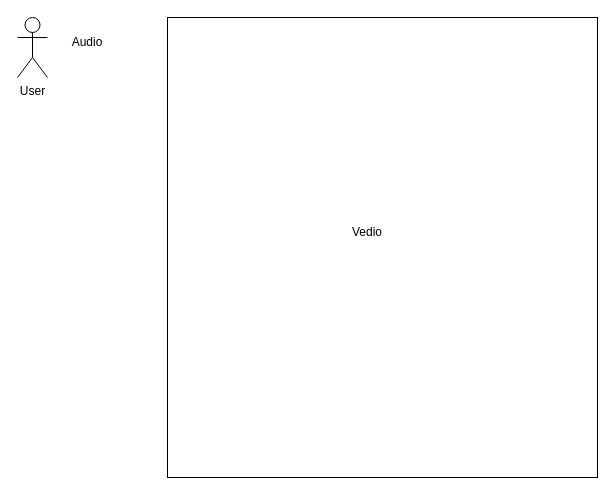
Earlier version of the draw.io diagram Untitled Diagram.drawio (ahmad2001hotmailyahoo/ahmad-arc). Source tidied: cells renumbered, new cells numbered last; positions are measured from the earlier drawing's top-left corner, leaving out a move shared by most shapes. Both pictures are drawn from the tidied source at 100%, with x=0, y=0 at pixel (17, 17).
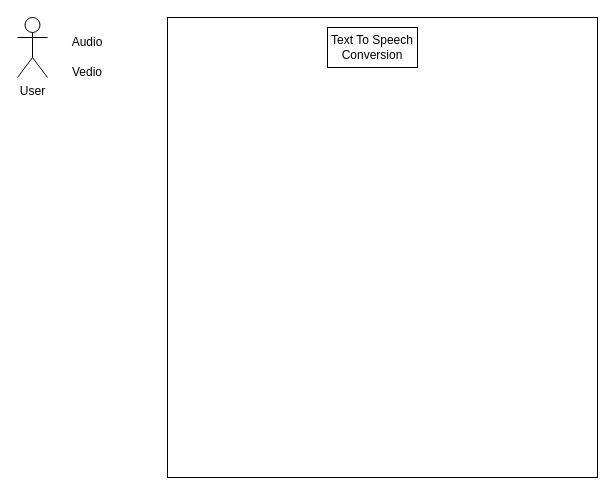
The same page after the edit.

The edit, as a diff of the source:
```diff
@@
 <mxGraphModel>
   <root>
     <mxCell id="0" />
     <mxCell id="1" parent="0" />
     <mxCell id="2" value="User" style="shape=umlActor;verticalLabelPosition=bottom;verticalAlign=top;html=1;" parent="1" vertex="1">
       <mxGeometry width="30" height="60" as="geometry" />
     </mxCell>
     <mxCell id="3" style="whiteSpace=wrap;html=1;verticalAlign=top;" parent="1" vertex="1">
       <mxGeometry x="150" width="430" height="460" as="geometry" />
     </mxCell>
     <mxCell id="4" value="Audio" style="text;html=1;strokeColor=none;fillColor=none;align=center;verticalAlign=middle;whiteSpace=wrap;rounded=0;" parent="1" vertex="1">
       <mxGeometry x="40" y="10" width="60" height="30" as="geometry" />
     </mxCell>
     <mxCell id="5" value="Vedio" style="text;html=1;strokeColor=none;fillColor=none;align=center;verticalAlign=middle;whiteSpace=wrap;rounded=0;" parent="1" vertex="1">
-      <mxGeometry x="320" y="200" width="60" height="30" as="geometry" />
+      <mxGeometry x="40" y="40" width="60" height="30" as="geometry" />
     </mxCell>
+    <mxCell id="6" value="Text To Speech Conversion" style="rounded=0;whiteSpace=wrap;html=1;" parent="1" vertex="1">
+      <mxGeometry x="310" y="10" width="90" height="40" as="geometry" />
+    </mxCell>
   </root>
 </mxGraphModel>
```
